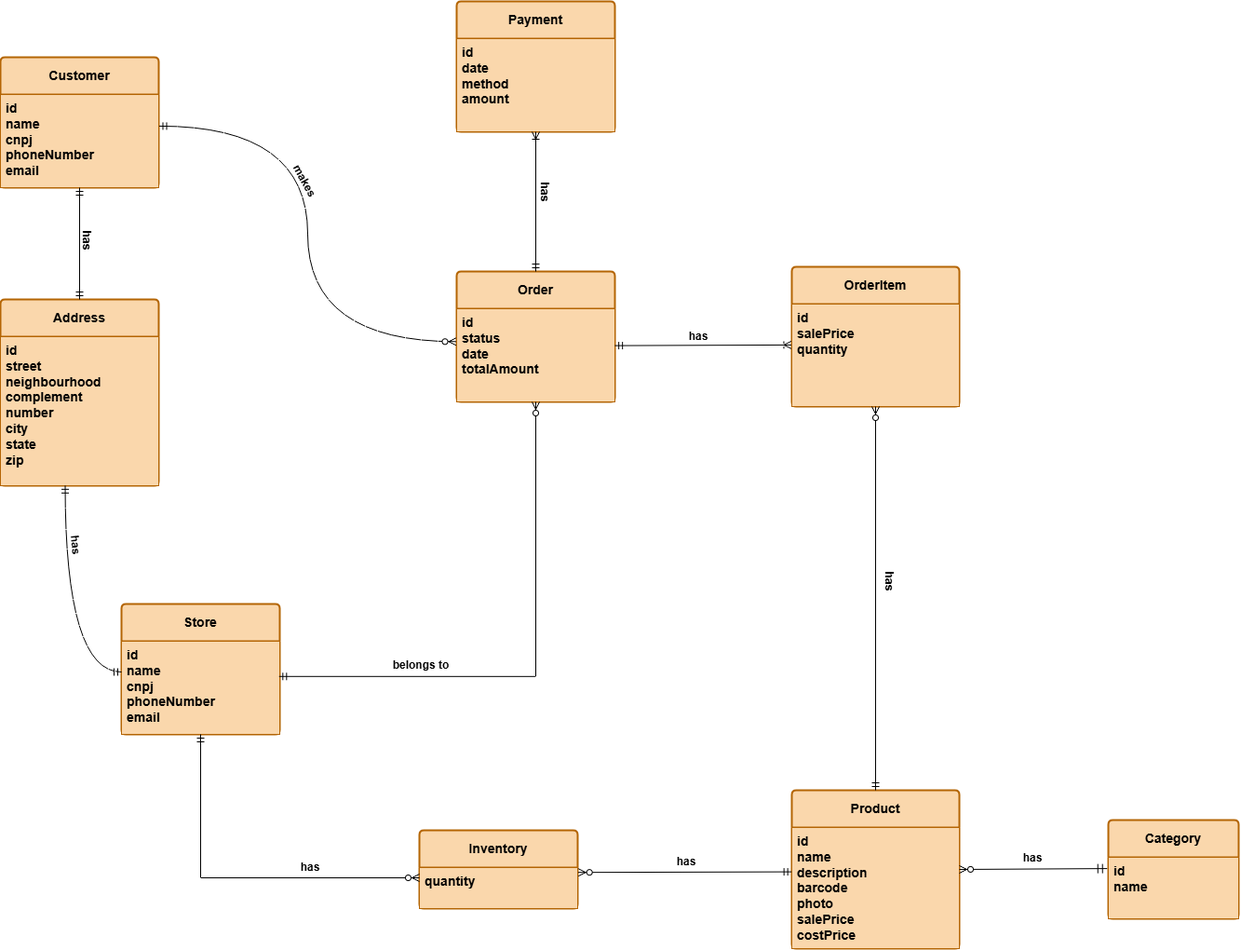
Earlier version of the draw.io export database/ER Diagram/logical_data_model/logical_data_model_image.drawio.png (lucasferreira09/Store_Management_System). Source tidied: cells renumbered, new cells last; positions are measured from the earlier drawing's top-left corner, leaving out a move shared by most shapes.
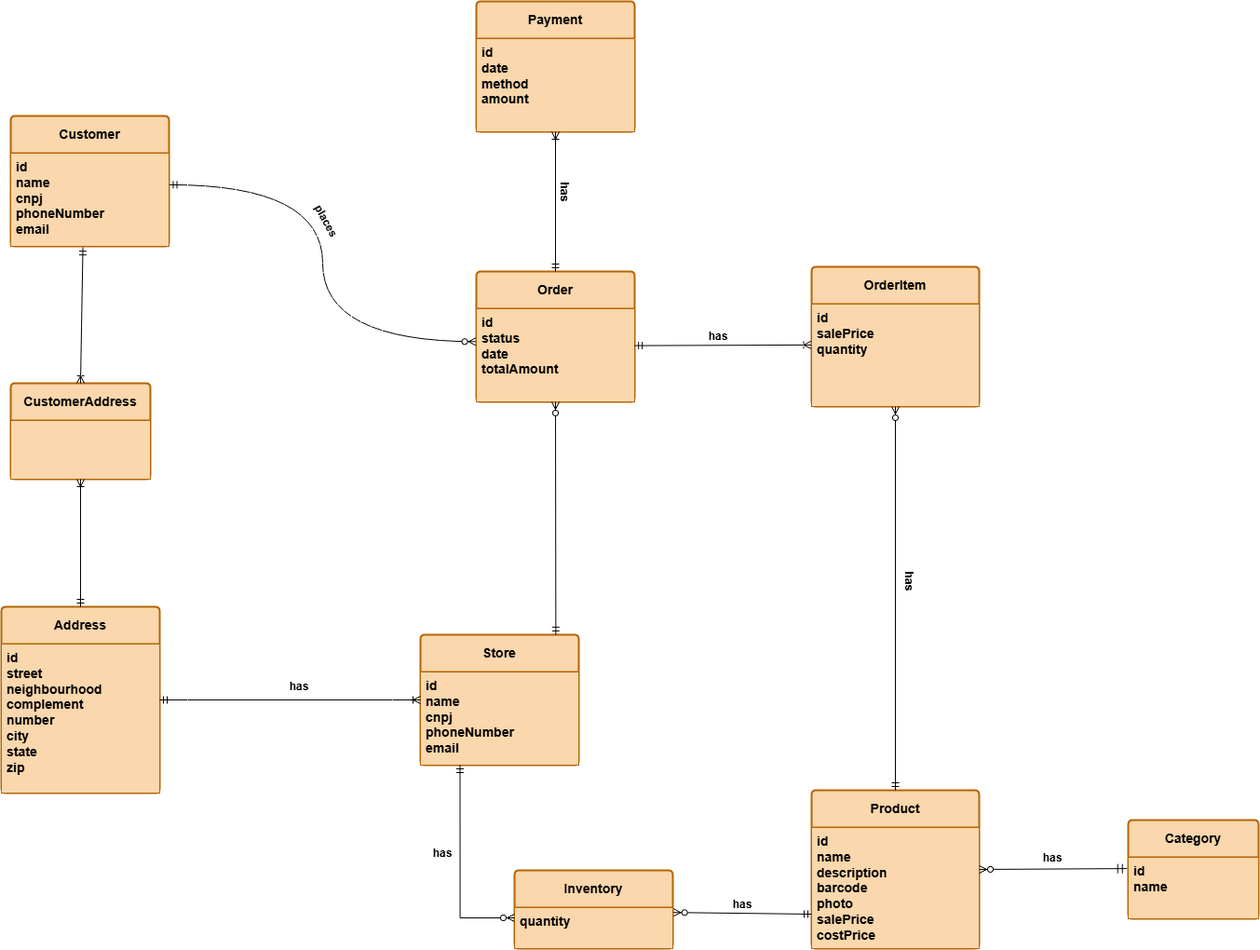
Later version of the same file.

The edit, as a diff of the source:
```diff
@@ -3,19 +3,19 @@
     <mxCell id="0" />
     <mxCell id="1" parent="0" />
     <mxCell id="2" value="Store" style="swimlane;horizontal=1;startSize=40;rounded=1;fontSize=14;fontStyle=1;strokeWidth=2;shadow=0;dashed=0;align=center;arcSize=4;whiteSpace=wrap;html=1;fillStyle=auto;fontFamily=Helvetica;labelBackgroundColor=none;fillColor=#fad7ac;strokeColor=#b46504;" parent="1" vertex="1">
-      <mxGeometry x="130" y="647" width="170" height="140" as="geometry" />
+      <mxGeometry x="430" y="680" width="170" height="140" as="geometry" />
     </mxCell>
     <mxCell id="3" value="id&lt;br&gt;name&lt;div&gt;cnpj&lt;/div&gt;&lt;div&gt;phoneNumber&lt;/div&gt;&lt;div&gt;email&lt;/div&gt;" style="align=left;spacingLeft=4;spacingRight=4;fontSize=14;verticalAlign=top;html=1;whiteSpace=wrap;fontStyle=1;labelBackgroundColor=none;fillColor=#fad7ac;strokeColor=#b46504;" parent="2" vertex="1">
       <mxGeometry y="40" width="170" height="100" as="geometry" />
     </mxCell>
     <mxCell id="4" value="Address" style="swimlane;horizontal=1;startSize=40;rounded=1;fontSize=14;fontStyle=1;strokeWidth=2;shadow=0;dashed=0;align=center;arcSize=4;whiteSpace=wrap;html=1;fillStyle=auto;fontFamily=Helvetica;fillColor=#fad7ac;strokeColor=#b46504;" parent="1" vertex="1">
-      <mxGeometry y="320" width="170" height="200" as="geometry" />
+      <mxGeometry x="-20" y="650" width="170" height="200" as="geometry" />
     </mxCell>
     <mxCell id="5" value="id&lt;br&gt;street&lt;div&gt;neighbourhood&lt;/div&gt;&lt;div&gt;complement&lt;/div&gt;&lt;div&gt;number&lt;/div&gt;&lt;div&gt;city&lt;/div&gt;&lt;div&gt;state&lt;/div&gt;&lt;div&gt;zip&lt;/div&gt;" style="align=left;spacingLeft=4;spacingRight=4;fontSize=14;verticalAlign=top;html=1;whiteSpace=wrap;fontStyle=1;fillColor=#fad7ac;strokeColor=#b46504;" parent="4" vertex="1">
       <mxGeometry y="40" width="170" height="160" as="geometry" />
     </mxCell>
     <mxCell id="6" value="Customer" style="swimlane;horizontal=1;startSize=40;rounded=1;fontSize=14;fontStyle=1;strokeWidth=2;shadow=0;dashed=0;align=center;arcSize=4;whiteSpace=wrap;html=1;fillStyle=auto;fontFamily=Helvetica;fillColor=#fad7ac;strokeColor=#b46504;" parent="1" vertex="1">
-      <mxGeometry y="60" width="170" height="140" as="geometry" />
+      <mxGeometry x="-10" y="123" width="170" height="140" as="geometry" />
     </mxCell>
     <mxCell id="7" value="id&lt;br&gt;name&lt;div&gt;cnpj&lt;/div&gt;&lt;div&gt;phoneNumber&lt;/div&gt;&lt;div&gt;email&lt;/div&gt;" style="align=left;spacingLeft=4;spacingRight=4;fontSize=14;verticalAlign=top;html=1;whiteSpace=wrap;fontStyle=1;fillColor=#fad7ac;strokeColor=#b46504;" parent="6" vertex="1">
       <mxGeometry y="40" width="170" height="100" as="geometry" />
@@ -39,7 +39,7 @@
       <mxGeometry y="40" width="180" height="110" as="geometry" />
     </mxCell>
     <mxCell id="14" value="Inventory" style="swimlane;horizontal=1;startSize=40;rounded=1;fontSize=14;fontStyle=1;strokeWidth=2;shadow=0;dashed=0;align=center;arcSize=4;whiteSpace=wrap;html=1;fillStyle=auto;fontFamily=Helvetica;fillColor=#fad7ac;strokeColor=#b46504;glass=0;swimlaneLine=1;" parent="1" vertex="1">
-      <mxGeometry x="450" y="890" width="170" height="84" as="geometry" />
+      <mxGeometry x="531" y="933" width="170" height="84" as="geometry" />
     </mxCell>
     <mxCell id="15" value="&lt;div&gt;&lt;span style=&quot;background-color: transparent; color: light-dark(rgb(0, 0, 0), rgb(255, 255, 255));&quot;&gt;quantity&lt;/span&gt;&lt;/div&gt;&lt;div&gt;&lt;br&gt;&lt;/div&gt;" style="align=left;spacingLeft=4;spacingRight=4;fontSize=14;verticalAlign=top;html=1;whiteSpace=wrap;fontStyle=1;fillColor=#fad7ac;strokeColor=#b46504;" parent="14" vertex="1">
       <mxGeometry y="40" width="170" height="44" as="geometry" />
@@ -56,33 +56,25 @@
     <mxCell id="19" value="&lt;div&gt;id&lt;/div&gt;&lt;div&gt;name&lt;/div&gt;" style="align=left;spacingLeft=4;spacingRight=4;fontSize=14;verticalAlign=top;html=1;whiteSpace=wrap;fontStyle=1;fillColor=#fad7ac;strokeColor=#b46504;" parent="18" vertex="1">
       <mxGeometry y="40" width="140" height="66" as="geometry" />
     </mxCell>
-    <mxCell id="20" style="fontSize=12;html=1;endArrow=ERmandOne;startArrow=ERmandOne;rounded=0;strokeColor=default;entryX=0.409;entryY=0.999;entryDx=0;entryDy=0;entryPerimeter=0;edgeStyle=orthogonalEdgeStyle;curved=1;exitX=0;exitY=0.33;exitDx=0;exitDy=0;exitPerimeter=0;" parent="1" edge="1" source="3" target="5">
-      <mxGeometry relative="1" as="geometry">
-        <Array as="points">
-          <mxPoint x="69" y="720" />
-        </Array>
-      </mxGeometry>
-    </mxCell>
-    <mxCell id="21" style="fontSize=12;html=1;endArrow=ERzeroToMany;startArrow=ERmandOne;rounded=0;exitX=0.5;exitY=1;exitDx=0;exitDy=0;entryX=0;entryY=0.25;entryDx=0;entryDy=0;edgeStyle=orthogonalEdgeStyle;" parent="1" edge="1" source="2" target="15">
-      <mxGeometry relative="1" as="geometry" />
-    </mxCell>
-    <mxCell id="22" style="fontSize=12;html=1;endArrow=ERzeroToMany;startArrow=ERmandOne;rounded=0;exitX=-0.002;exitY=0.366;exitDx=0;exitDy=0;exitPerimeter=0;entryX=1.004;entryY=0.118;entryDx=0;entryDy=0;entryPerimeter=0;" parent="1" edge="1" source="17" target="15">
-      <mxGeometry relative="1" as="geometry" />
-    </mxCell>
-    <mxCell id="23" style="fontSize=12;html=1;endArrow=ERzeroToMany;startArrow=ERmandOne;rounded=0;jumpSize=14;startSize=8;exitX=-0.009;exitY=0.183;exitDx=0;exitDy=0;exitPerimeter=0;" parent="1" edge="1" source="19">
-      <mxGeometry relative="1" as="geometry">
-        <mxPoint x="1030" y="932" as="targetPoint" />
-      </mxGeometry>
-    </mxCell>
-    <mxCell id="24" style="fontSize=12;html=1;endArrow=ERmandOne;startArrow=ERmandOne;rounded=0;entryX=0.5;entryY=1;entryDx=0;entryDy=0;exitX=0.5;exitY=0;exitDx=0;exitDy=0;" parent="1" edge="1" source="4" target="7">
-      <mxGeometry relative="1" as="geometry" />
-    </mxCell>
+    <mxCell id="40" style="fontSize=12;html=1;endArrow=ERzeroToMany;startArrow=ERmandOne;rounded=0;exitX=0.25;exitY=1;exitDx=0;exitDy=0;entryX=0;entryY=0.25;entryDx=0;entryDy=0;edgeStyle=orthogonalEdgeStyle;" parent="1" edge="1" source="3" target="15">
+      <mxGeometry relative="1" as="geometry" />
+    </mxCell>
+    <mxCell id="41" style="fontSize=12;html=1;endArrow=ERzeroToMany;startArrow=ERmandOne;rounded=0;entryX=1.004;entryY=0.118;entryDx=0;entryDy=0;entryPerimeter=0;" parent="1" edge="1" target="15">
+      <mxGeometry relative="1" as="geometry">
+        <mxPoint x="850" y="980" as="sourcePoint" />
+      </mxGeometry>
+    </mxCell>
+    <mxCell id="42" style="fontSize=12;html=1;endArrow=ERzeroToMany;startArrow=ERmandOne;rounded=0;jumpSize=14;startSize=8;exitX=-0.009;exitY=0.183;exitDx=0;exitDy=0;exitPerimeter=0;" parent="1" edge="1" source="19">
+      <mxGeometry relative="1" as="geometry">
+        <mxPoint x="1030" y="932" as="targetPoint" />
+      </mxGeometry>
+    </mxCell>
     <mxCell id="25" style="fontSize=12;html=1;endArrow=ERzeroToMany;startArrow=ERmandOne;rounded=0;exitX=1.003;exitY=0.339;exitDx=0;exitDy=0;exitPerimeter=0;entryX=-0.003;entryY=0.353;entryDx=0;entryDy=0;entryPerimeter=0;edgeStyle=orthogonalEdgeStyle;curved=1;" parent="1" edge="1" source="7" target="11">
       <mxGeometry relative="1" as="geometry" />
     </mxCell>
-    <mxCell id="26" style="fontSize=12;html=1;endArrow=ERzeroToMany;startArrow=ERmandOne;rounded=0;exitX=0.996;exitY=0.378;exitDx=0;exitDy=0;entryX=0.5;entryY=1;entryDx=0;entryDy=0;exitPerimeter=0;edgeStyle=orthogonalEdgeStyle;" parent="1" edge="1" source="3" target="10">
-      <mxGeometry relative="1" as="geometry" />
-    </mxCell>
+    <mxCell id="43" style="fontSize=12;html=1;endArrow=ERzeroToMany;startArrow=ERmandOne;rounded=0;entryX=0.5;entryY=1;entryDx=0;entryDy=0;exitX=0.855;exitY=-0.001;exitDx=0;exitDy=0;exitPerimeter=0;" parent="1" edge="1" source="2" target="10">
+      <mxGeometry relative="1" as="geometry" />
+    </mxCell>
     <mxCell id="27" style="fontSize=12;html=1;endArrow=ERzeroToMany;startArrow=ERmandOne;rounded=0;entryX=0.5;entryY=1;entryDx=0;entryDy=0;exitX=0.5;exitY=0;exitDx=0;exitDy=0;" parent="1" edge="1" source="16" target="13">
       <mxGeometry relative="1" as="geometry" />
     </mxCell>
@@ -92,35 +84,44 @@
     <mxCell id="29" style="fontSize=12;html=1;endArrow=ERoneToMany;startArrow=ERmandOne;rounded=0;entryX=0.5;entryY=1;entryDx=0;entryDy=0;exitX=0.5;exitY=0;exitDx=0;exitDy=0;" parent="1" edge="1" source="10" target="8">
       <mxGeometry relative="1" as="geometry" />
     </mxCell>
-    <mxCell id="30" value="&lt;b&gt;belongs to&lt;/b&gt;" style="text;html=1;whiteSpace=wrap;strokeColor=none;fillColor=none;align=center;verticalAlign=middle;rounded=0;shadow=1;" parent="1" vertex="1">
-      <mxGeometry x="416" y="698" width="72" height="30" as="geometry" />
-    </mxCell>
-    <mxCell id="31" value="&lt;b&gt;makes&lt;/b&gt;" style="text;html=1;whiteSpace=wrap;strokeColor=none;fillColor=none;align=center;verticalAlign=middle;rounded=0;rotation=61;shadow=1;" parent="1" vertex="1">
-      <mxGeometry x="297" y="178" width="60" height="30" as="geometry" />
-    </mxCell>
-    <mxCell id="32" value="&lt;b&gt;has&lt;/b&gt;" style="text;html=1;whiteSpace=wrap;strokeColor=none;fillColor=none;align=center;verticalAlign=middle;rounded=0;rotation=90;" parent="1" vertex="1">
-      <mxGeometry x="555" y="190" width="60" height="30" as="geometry" />
-    </mxCell>
-    <mxCell id="33" value="&lt;b&gt;has&lt;/b&gt;" style="text;html=1;whiteSpace=wrap;strokeColor=none;fillColor=none;align=center;verticalAlign=middle;rounded=0;rotation=85;" parent="1" vertex="1">
-      <mxGeometry x="45" y="574" width="72" height="20" as="geometry" />
-    </mxCell>
-    <mxCell id="34" value="&lt;b&gt;has&lt;/b&gt;" style="text;html=1;whiteSpace=wrap;strokeColor=none;fillColor=none;align=center;verticalAlign=middle;rounded=0;shadow=1;" parent="1" vertex="1">
-      <mxGeometry x="297" y="915" width="72" height="30" as="geometry" />
-    </mxCell>
-    <mxCell id="35" value="&lt;b&gt;has&lt;/b&gt;" style="text;html=1;whiteSpace=wrap;strokeColor=none;fillColor=none;align=center;verticalAlign=middle;rounded=0;shadow=1;" parent="1" vertex="1">
-      <mxGeometry x="701" y="909" width="72" height="30" as="geometry" />
-    </mxCell>
-    <mxCell id="36" value="&lt;b&gt;has&lt;/b&gt;" style="text;html=1;whiteSpace=wrap;strokeColor=none;fillColor=none;align=center;verticalAlign=middle;rounded=0;rotation=0;shadow=1;" parent="1" vertex="1">
-      <mxGeometry x="720" y="345" width="60" height="30" as="geometry" />
-    </mxCell>
-    <mxCell id="37" value="&lt;b&gt;has&lt;/b&gt;" style="text;html=1;whiteSpace=wrap;strokeColor=none;fillColor=none;align=center;verticalAlign=middle;rounded=0;shadow=1;" parent="1" vertex="1">
-      <mxGeometry x="1073" y="905" width="72" height="30" as="geometry" />
-    </mxCell>
-    <mxCell id="38" value="&lt;b&gt;has&lt;/b&gt;" style="text;html=1;whiteSpace=wrap;strokeColor=none;fillColor=none;align=center;verticalAlign=middle;rounded=0;rotation=90;" parent="1" vertex="1">
-      <mxGeometry x="57" y="247" width="72" height="20" as="geometry" />
-    </mxCell>
+    <mxCell id="44" value="&lt;b&gt;places&lt;/b&gt;" style="text;html=1;whiteSpace=wrap;strokeColor=none;fillColor=none;align=center;verticalAlign=middle;rounded=0;rotation=61;shadow=1;" parent="1" vertex="1">
+      <mxGeometry x="299" y="221" width="60" height="30" as="geometry" />
+    </mxCell>
+    <mxCell id="45" value="&lt;b&gt;has&lt;/b&gt;" style="text;html=1;whiteSpace=wrap;strokeColor=none;fillColor=none;align=center;verticalAlign=middle;rounded=0;rotation=90;" parent="1" vertex="1">
+      <mxGeometry x="555" y="190" width="60" height="30" as="geometry" />
+    </mxCell>
+    <mxCell id="46" value="&lt;b&gt;has&lt;/b&gt;" style="text;html=1;whiteSpace=wrap;strokeColor=none;fillColor=none;align=center;verticalAlign=middle;rounded=0;shadow=1;" parent="1" vertex="1">
+      <mxGeometry x="418" y="900" width="72" height="30" as="geometry" />
+    </mxCell>
+    <mxCell id="47" value="&lt;b&gt;has&lt;/b&gt;" style="text;html=1;whiteSpace=wrap;strokeColor=none;fillColor=none;align=center;verticalAlign=middle;rounded=0;shadow=1;" parent="1" vertex="1">
+      <mxGeometry x="740" y="955" width="72" height="30" as="geometry" />
+    </mxCell>
+    <mxCell id="48" value="&lt;b&gt;has&lt;/b&gt;" style="text;html=1;whiteSpace=wrap;strokeColor=none;fillColor=none;align=center;verticalAlign=middle;rounded=0;rotation=0;shadow=1;" parent="1" vertex="1">
+      <mxGeometry x="720" y="345" width="60" height="30" as="geometry" />
+    </mxCell>
+    <mxCell id="49" value="&lt;b&gt;has&lt;/b&gt;" style="text;html=1;whiteSpace=wrap;strokeColor=none;fillColor=none;align=center;verticalAlign=middle;rounded=0;shadow=1;" parent="1" vertex="1">
+      <mxGeometry x="1073" y="905" width="72" height="30" as="geometry" />
+    </mxCell>
     <mxCell id="39" value="&lt;b&gt;has&lt;/b&gt;" style="text;html=1;whiteSpace=wrap;strokeColor=none;fillColor=none;align=center;verticalAlign=middle;rounded=0;rotation=90;shadow=1;" parent="1" vertex="1">
       <mxGeometry x="925" y="608" width="60" height="30" as="geometry" />
     </mxCell>
+    <mxCell id="50" value="CustomerAddress" style="swimlane;horizontal=1;startSize=40;rounded=1;fontSize=14;fontStyle=1;strokeWidth=2;shadow=0;dashed=0;align=center;arcSize=4;whiteSpace=wrap;html=1;fillStyle=auto;fontFamily=Helvetica;fillColor=#fad7ac;strokeColor=#b46504;" parent="1" vertex="1">
+      <mxGeometry x="-10" y="410" width="150" height="103" as="geometry" />
+    </mxCell>
+    <mxCell id="51" style="align=left;spacingLeft=4;spacingRight=4;fontSize=14;verticalAlign=top;html=1;whiteSpace=wrap;fontStyle=1;fillColor=#fad7ac;strokeColor=#b46504;" parent="50" vertex="1">
+      <mxGeometry y="40" width="150" height="63" as="geometry" />
+    </mxCell>
+    <mxCell id="52" style="edgeStyle=entityRelationEdgeStyle;fontSize=12;html=1;endArrow=ERoneToMany;startArrow=ERmandOne;rounded=0;exitX=1;exitY=0.5;exitDx=0;exitDy=0;entryX=0;entryY=0.5;entryDx=0;entryDy=0;" parent="1" edge="1" source="4" target="2">
+      <mxGeometry relative="1" as="geometry" />
+    </mxCell>
+    <mxCell id="53" style="fontSize=12;html=1;endArrow=ERoneToMany;startArrow=ERmandOne;rounded=0;entryX=0.5;entryY=0;entryDx=0;entryDy=0;exitX=0.456;exitY=1.012;exitDx=0;exitDy=0;exitPerimeter=0;" parent="1" edge="1" source="7" target="50">
+      <mxGeometry relative="1" as="geometry" />
+    </mxCell>
+    <mxCell id="54" style="fontSize=12;html=1;endArrow=ERoneToMany;startArrow=ERmandOne;rounded=0;entryX=0.5;entryY=1;entryDx=0;entryDy=0;exitX=0.5;exitY=0;exitDx=0;exitDy=0;" parent="1" edge="1" source="4" target="50">
+      <mxGeometry relative="1" as="geometry" />
+    </mxCell>
+    <mxCell id="55" value="&lt;b&gt;has&lt;/b&gt;" style="text;html=1;whiteSpace=wrap;strokeColor=none;fillColor=none;align=center;verticalAlign=middle;rounded=0;rotation=0;shadow=1;" parent="1" vertex="1">
+      <mxGeometry x="270" y="721" width="60" height="30" as="geometry" />
+    </mxCell>
   </root>
 </mxGraphModel>
```
